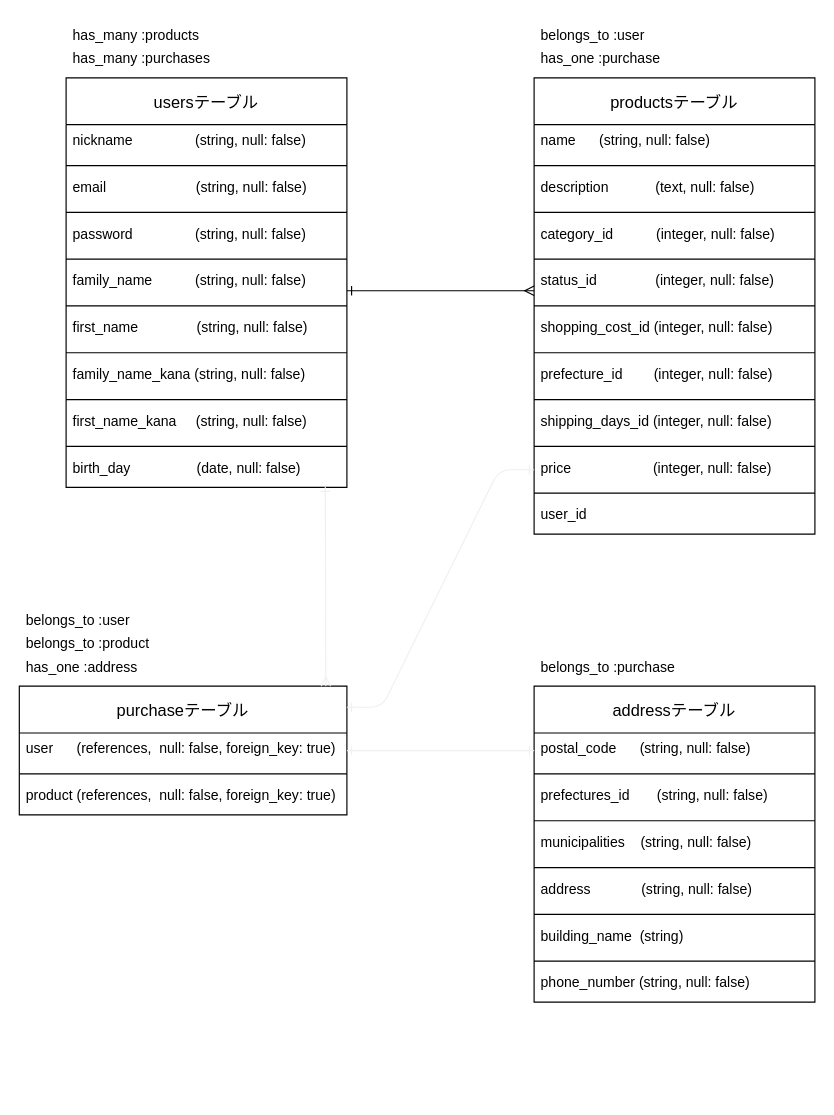
Above: ERD.dio in okurakota/furima-30558 (draw.io), before the change. Source tidied: cells renumbered, new cells numbered last; positions are measured from the earlier drawing's top-left corner, leaving out a move shared by most shapes. Both pictures are drawn from the tidied source at 117%, with x=0, y=0 at pixel (19, 19).
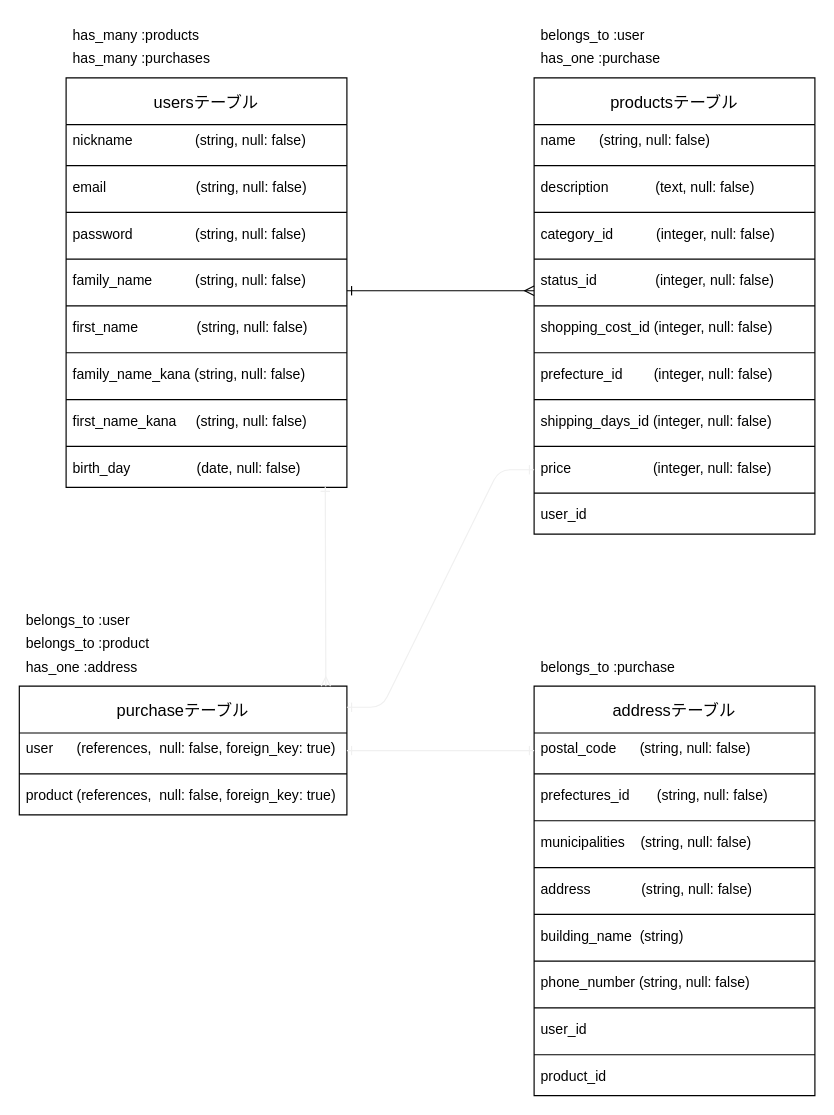
Above is the later version.

Commit message (it also covers changes not shown here):
addressテーブルに外部キーカラムを追加しました。

Diff of the diagram source:
```diff
@@
     <mxCell id="41" value="addressテーブル" style="swimlane;fontStyle=0;horizontal=1;startSize=40;align=center;fontSize=14;" parent="1" vertex="1">
-      <mxGeometry x="440" y="570" width="240" height="270" as="geometry" />
+      <mxGeometry x="440" y="570" width="240" height="350" as="geometry" />
     </mxCell>
@@
+    <mxCell id="64" style="line;strokeWidth=1;dashed=0;labelPosition=right;align=left;verticalAlign=middle;spacingTop=0;spacingLeft=6;" parent="41" vertex="1">
+      <mxGeometry y="270" width="240" height="10" as="geometry" />
+    </mxCell>
+    <mxCell id="65" value="user_id" style="text;strokeColor=none;fillColor=none;spacingLeft=4;spacingRight=4;overflow=hidden;fontSize=12;" parent="41" vertex="1">
+      <mxGeometry y="280" width="240" height="30" as="geometry" />
+    </mxCell>
+    <mxCell id="66" style="line;strokeWidth=1;dashed=0;labelPosition=right;align=left;verticalAlign=middle;spacingTop=0;spacingLeft=6;" parent="41" vertex="1">
+      <mxGeometry y="310" width="240" height="10" as="geometry" />
+    </mxCell>
+    <mxCell id="67" value="product_id" style="text;strokeColor=none;fillColor=none;spacingLeft=4;spacingRight=4;overflow=hidden;fontSize=12;" parent="41" vertex="1">
+      <mxGeometry y="320" width="240" height="30" as="geometry" />
+    </mxCell>
```
